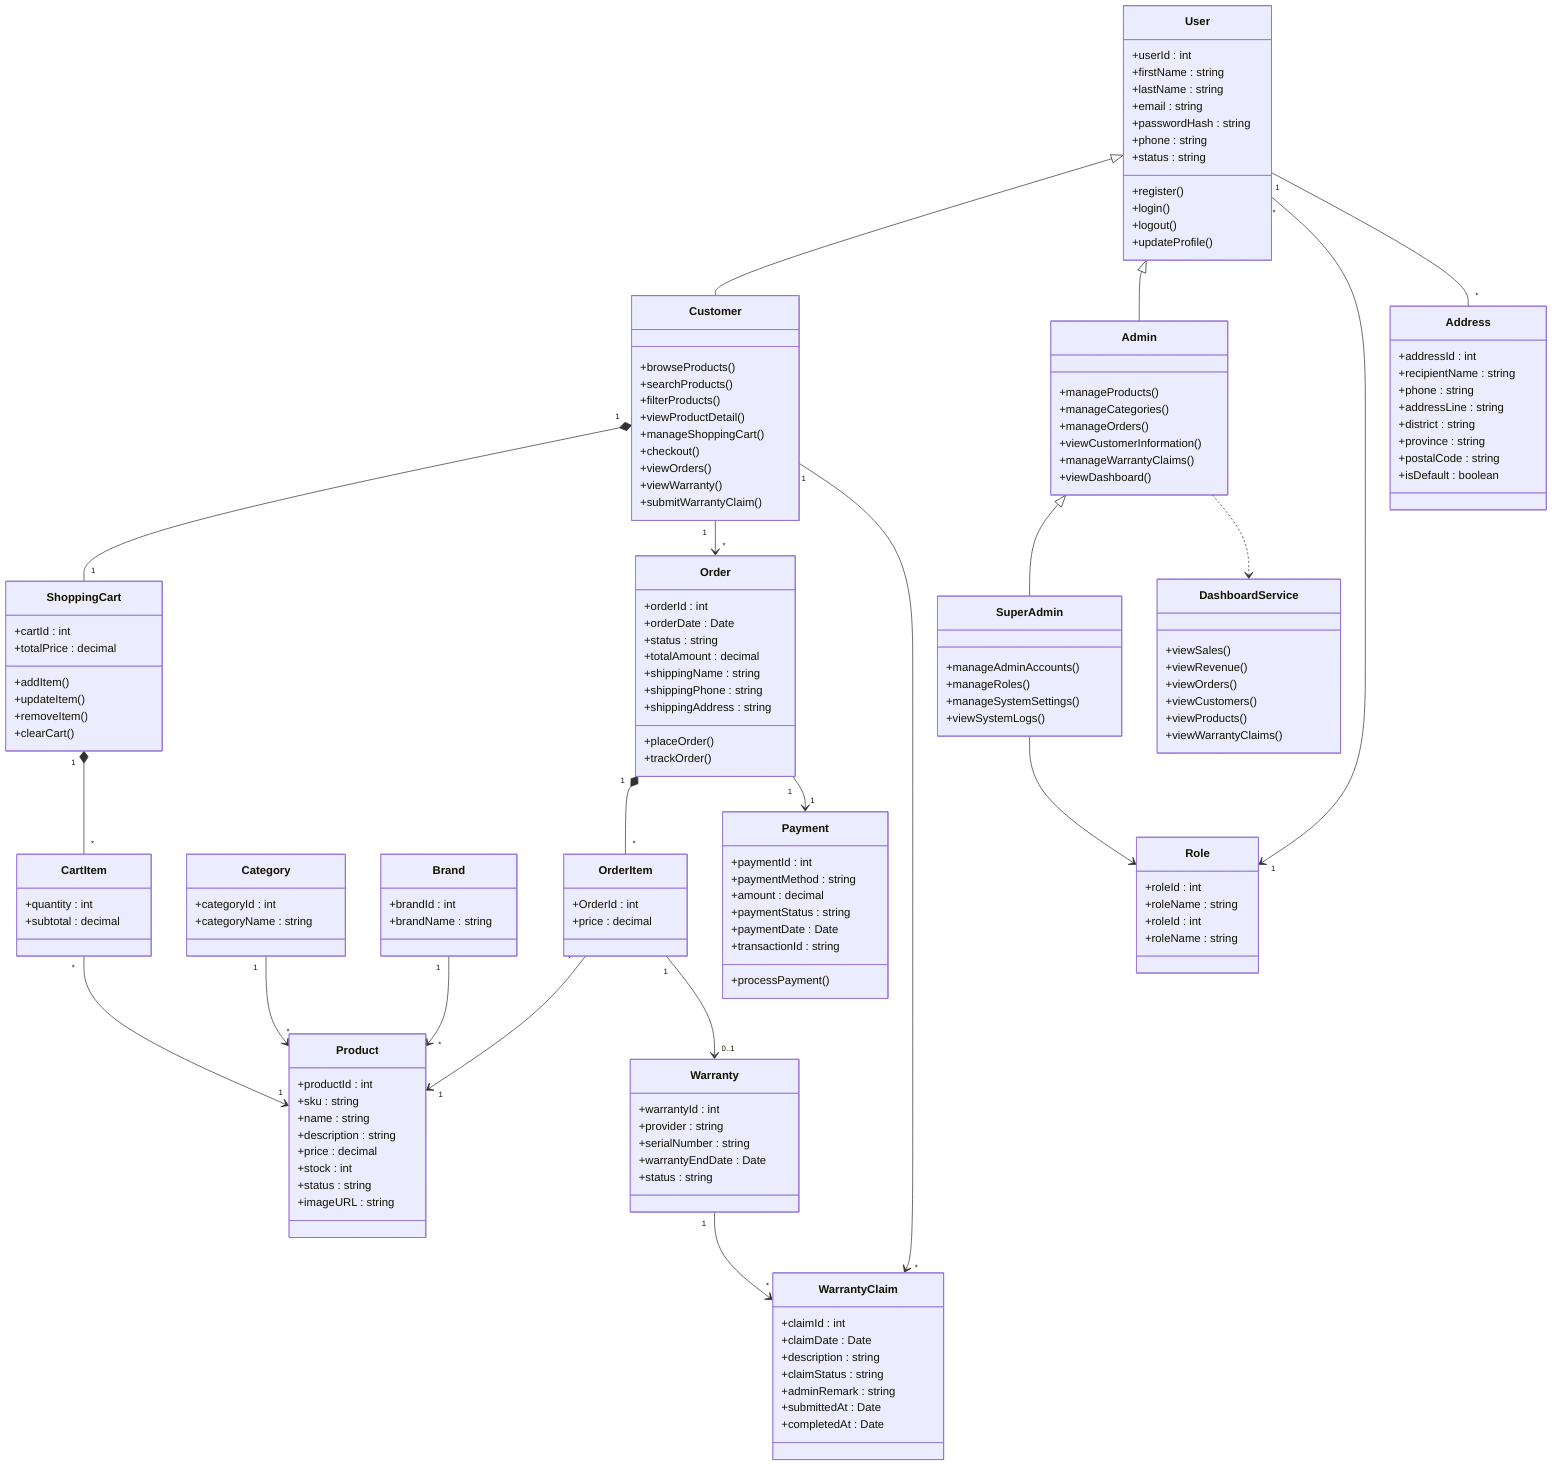
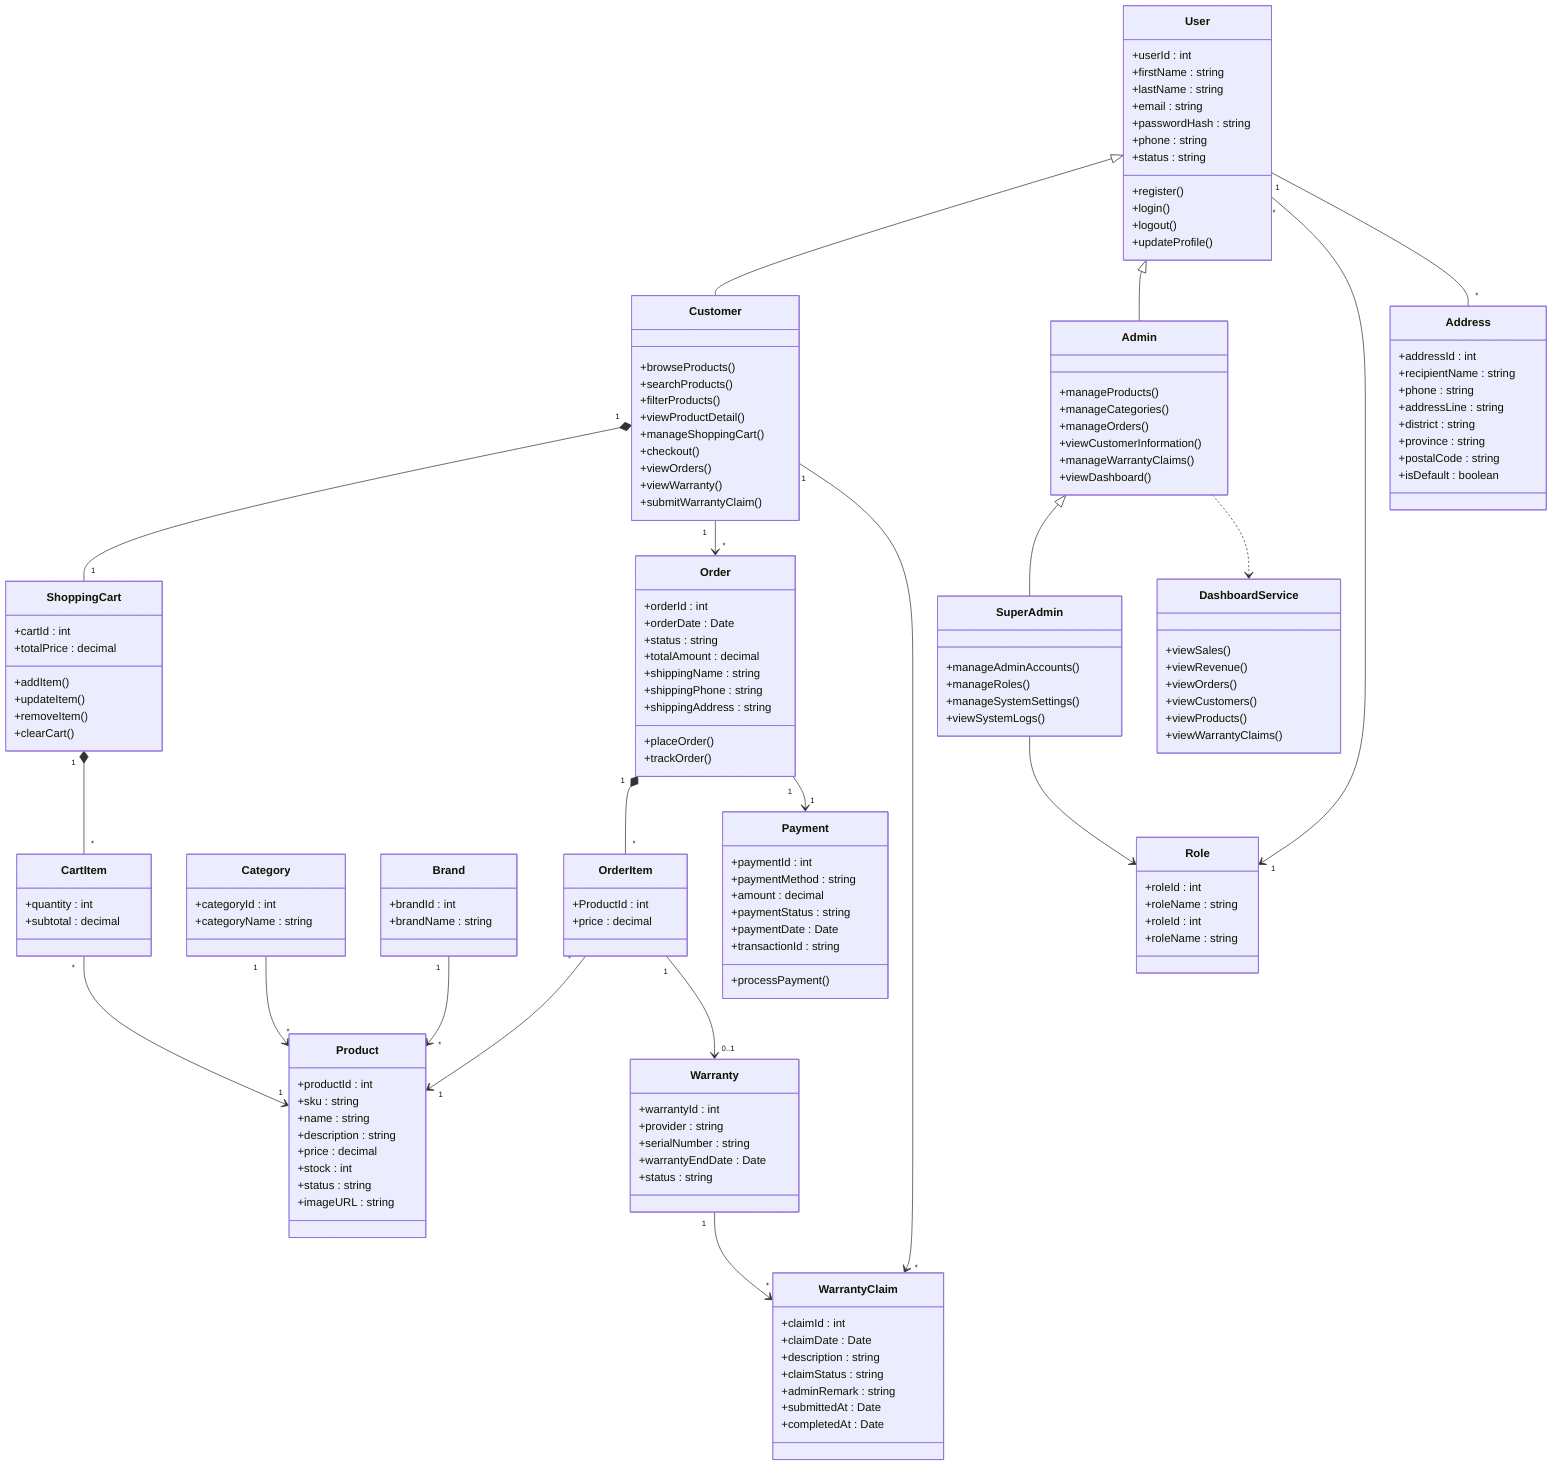
classDiagram

%% =====================================================
%% USER MANAGEMENT
%% =====================================================

class User{
+userId : int
+firstName : string
+lastName : string
+email : string
+passwordHash : string
+phone : string
+status : string

+register()
+login()
+logout()
+updateProfile()
}

class Customer{
+browseProducts()
+searchProducts()
+filterProducts()
+viewProductDetail()

+manageShoppingCart()

+checkout()

+viewOrders()

+viewWarranty()

+submitWarrantyClaim()
}

class Admin{
+manageProducts()
+manageCategories()
+manageOrders()
+viewCustomerInformation()
+manageWarrantyClaims()
+viewDashboard()
}

class SuperAdmin{
+manageAdminAccounts()
+manageRoles()
+manageSystemSettings()
+viewSystemLogs()
}

User <|-- Customer
User <|-- Admin
Admin <|-- SuperAdmin

%% =====================================================
%% ROLE
%% =====================================================

class Role{
+roleId : int
+roleName : string
}

User "*" --> "1" Role

%% =====================================================
%% ADDRESS
%% =====================================================

class Address{
+addressId : int
+recipientName : string
+phone : string
+addressLine : string
+district : string
+province : string
+postalCode : string
+isDefault : boolean
}

User "1" -- "*" Address

%% =====================================================
%% PRODUCT
%% =====================================================

class Product{
+productId : int
+sku : string
+name : string
+description : string
+price : decimal
+stock : int
+status : string
+imageURL : string
}

class Category{
+categoryId : int
+categoryName : string
}

class Brand{
+brandId : int
+brandName : string
}

Category "1" --> "*" Product
Brand "1" --> "*" Product

%% =====================================================
%% SHOPPING CART
%% =====================================================

class ShoppingCart{

+cartId : int

+totalPrice : decimal

+addItem()

+updateItem()

+removeItem()

+clearCart()

}

class CartItem{

+quantity : int

+subtotal : decimal

}

Customer "1" *-- "1" ShoppingCart

ShoppingCart "1" *-- "*" CartItem

CartItem "*" --> "1" Product

%% =====================================================
%% ORDER
%% =====================================================

class Order{

+orderId : int

+orderDate : Date

+status : string

+totalAmount : decimal

+shippingName : string

+shippingPhone : string

+shippingAddress : string

+placeOrder()

+trackOrder()

}

class OrderItem{

- +OrderId : int
+ +ProductId : int

+price : decimal

}

Customer "1" --> "*" Order

Order "1" *-- "*" OrderItem

OrderItem "*" --> "1" Product

%% =====================================================
%% PAYMENT
%% =====================================================

class Payment{

+paymentId : int

+paymentMethod : string

+amount : decimal

+paymentStatus : string

+paymentDate : Date

+transactionId : string

+processPayment()

}

Order "1" --> "1" Payment

%% =====================================================
%% WARRANTY
%% =====================================================

class Warranty{

+warrantyId : int

+provider : string

+serialNumber : string

+warrantyEndDate : Date

+status : string

}

class WarrantyClaim{

+claimId : int

+claimDate : Date

+description : string

+claimStatus : string

+adminRemark : string

+submittedAt : Date

+completedAt : Date

}

OrderItem "1" --> "0..1" Warranty

Warranty "1" --> "*" WarrantyClaim

Customer "1" --> "*" WarrantyClaim

%% =====================================================
%% DASHBOARD
%% =====================================================

class DashboardService{

+viewSales()

+viewRevenue()

+viewOrders()

+viewCustomers()

+viewProducts()

+viewWarrantyClaims()

}

Admin ..> DashboardService

%% =================================
%% ROLE
%% =================================

class Role{

+roleId : int
+roleName : string

}

SuperAdmin --> Role
